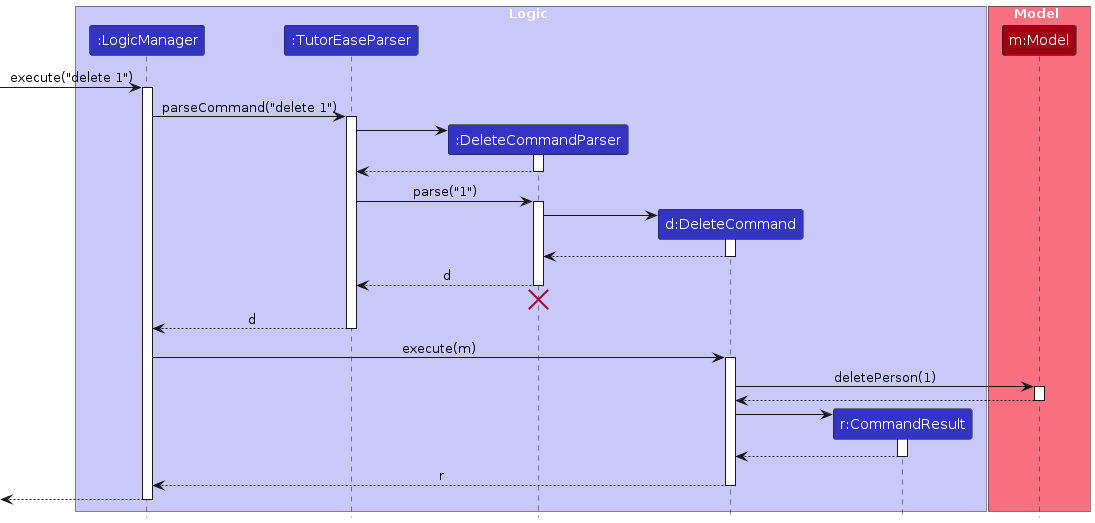
This is diagrams/DeleteSequenceDiagram.png from AY2425S1-CS2103-F11-2/tp, a PlantUML export, as it was before one commit. Its source is kept beside it as diagrams/DeleteSequenceDiagram.puml. Source of this version:
```plantuml
@startuml
!include style.puml
skinparam ArrowFontStyle plain

box Logic LOGIC_COLOR_T1
participant ":LogicManager" as LogicManager LOGIC_COLOR
participant ":TutorEaseParser" as TutorEaseParser LOGIC_COLOR
participant ":DeleteCommandParser" as DeleteCommandParser LOGIC_COLOR
participant "d:DeleteCommand" as DeleteCommand LOGIC_COLOR
participant "r:CommandResult" as CommandResult LOGIC_COLOR
end box

box Model MODEL_COLOR_T1
participant "m:Model" as Model MODEL_COLOR
end box

[-> LogicManager : execute("delete 1")
activate LogicManager

LogicManager -> TutorEaseParser : parseCommand("delete 1")
activate TutorEaseParser

create DeleteCommandParser
TutorEaseParser -> DeleteCommandParser
activate DeleteCommandParser

DeleteCommandParser --> TutorEaseParser
deactivate DeleteCommandParser

TutorEaseParser -> DeleteCommandParser : parse("1")
activate DeleteCommandParser

create DeleteCommand
DeleteCommandParser -> DeleteCommand
activate DeleteCommand

DeleteCommand --> DeleteCommandParser :
deactivate DeleteCommand

DeleteCommandParser --> TutorEaseParser : d
deactivate DeleteCommandParser
DeleteCommandParser -[hidden]-> TutorEaseParser
destroy DeleteCommandParser

TutorEaseParser --> LogicManager : d
deactivate TutorEaseParser

LogicManager -> DeleteCommand : execute(m)
activate DeleteCommand

DeleteCommand -> Model : deletePerson(1)
activate Model

Model --> DeleteCommand
deactivate Model

create CommandResult
DeleteCommand -> CommandResult
activate CommandResult

CommandResult --> DeleteCommand
deactivate CommandResult

DeleteCommand --> LogicManager : r
deactivate DeleteCommand

[<--LogicManager
deactivate LogicManager
@enduml
```
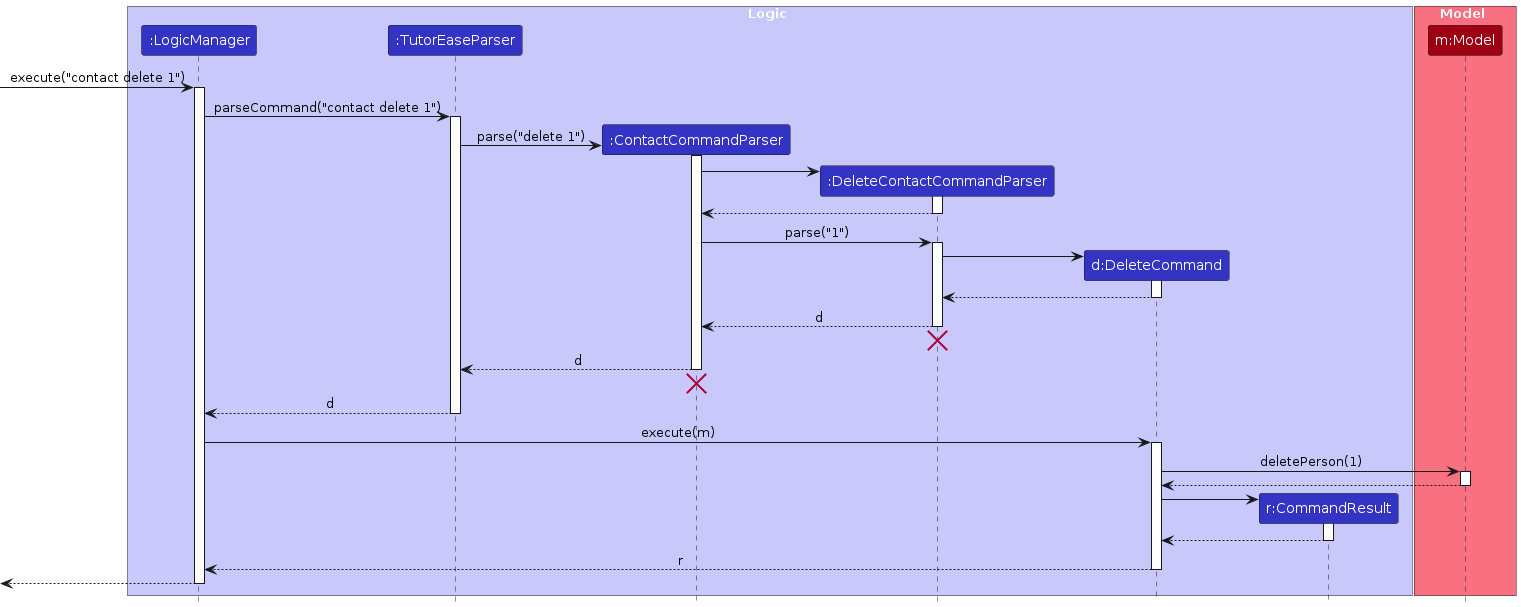
The same diagram one commit later.

Diff of the diagram source:
```diff
@@ -5,7 +5,8 @@
 box Logic LOGIC_COLOR_T1
 participant ":LogicManager" as LogicManager LOGIC_COLOR
 participant ":TutorEaseParser" as TutorEaseParser LOGIC_COLOR
-participant ":DeleteCommandParser" as DeleteCommandParser LOGIC_COLOR
+participant ":ContactCommandParser" as ContactCommandParser LOGIC_COLOR
+participant ":DeleteContactCommandParser" as DeleteContactCommandParser LOGIC_COLOR
 participant "d:DeleteCommand" as DeleteCommand LOGIC_COLOR
 participant "r:CommandResult" as CommandResult LOGIC_COLOR
 end box
@@ -14,33 +15,44 @@
 participant "m:Model" as Model MODEL_COLOR
 end box
 
-[-> LogicManager : execute("delete 1")
+[-> LogicManager : execute("contact delete 1")
 activate LogicManager
 
-LogicManager -> TutorEaseParser : parseCommand("delete 1")
+LogicManager -> TutorEaseParser : parseCommand("contact delete 1")
 activate TutorEaseParser
 
-create DeleteCommandParser
-TutorEaseParser -> DeleteCommandParser
-activate DeleteCommandParser
+create ContactCommandParser
+TutorEaseParser -> ContactCommandParser : parse("delete 1")
+activate ContactCommandParser
 
-DeleteCommandParser --> TutorEaseParser
-deactivate DeleteCommandParser
 
-TutorEaseParser -> DeleteCommandParser : parse("1")
-activate DeleteCommandParser
+
+create DeleteContactCommandParser
+ContactCommandParser -> DeleteContactCommandParser
+activate DeleteContactCommandParser
+
+DeleteContactCommandParser --> ContactCommandParser
+deactivate DeleteContactCommandParser
+
+ContactCommandParser -> DeleteContactCommandParser : parse("1")
+activate DeleteContactCommandParser
 
 create DeleteCommand
-DeleteCommandParser -> DeleteCommand
+DeleteContactCommandParser -> DeleteCommand
 activate DeleteCommand
 
-DeleteCommand --> DeleteCommandParser :
+DeleteCommand --> DeleteContactCommandParser :
 deactivate DeleteCommand
 
-DeleteCommandParser --> TutorEaseParser : d
-deactivate DeleteCommandParser
-DeleteCommandParser -[hidden]-> TutorEaseParser
-destroy DeleteCommandParser
+DeleteContactCommandParser --> ContactCommandParser : d
+deactivate DeleteContactCommandParser
+DeleteContactCommandParser -[hidden]-> TutorEaseParser
+destroy DeleteContactCommandParser
+
+ContactCommandParser --> TutorEaseParser : d
+deactivate ContactCommandParser
+ContactCommandParser -[hidden]-> TutorEaseParser
+destroy ContactCommandParser
 
 TutorEaseParser --> LogicManager : d
 deactivate TutorEaseParser
```
